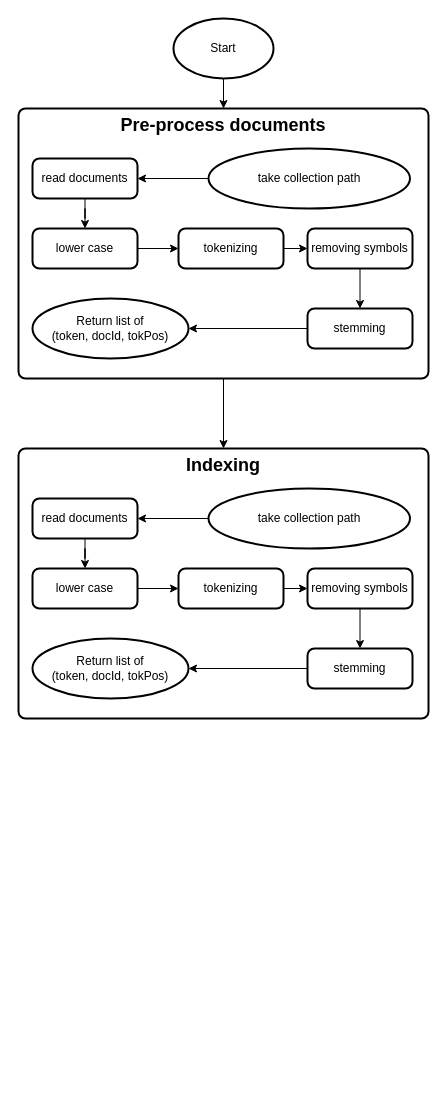
sadrayavar/information-retrieval-system keeps this draw.io diagram as page "pre-process and indexing" (1 of 3) of Flowchart.drawio. Above is the earlier version. Source tidied: cells renumbered, new cells numbered last; positions are measured from the earlier drawing's top-left corner, leaving out a move shared by most shapes. Both pictures are drawn from the tidied source at 100%, with x=0, y=0 at pixel (18, 18).
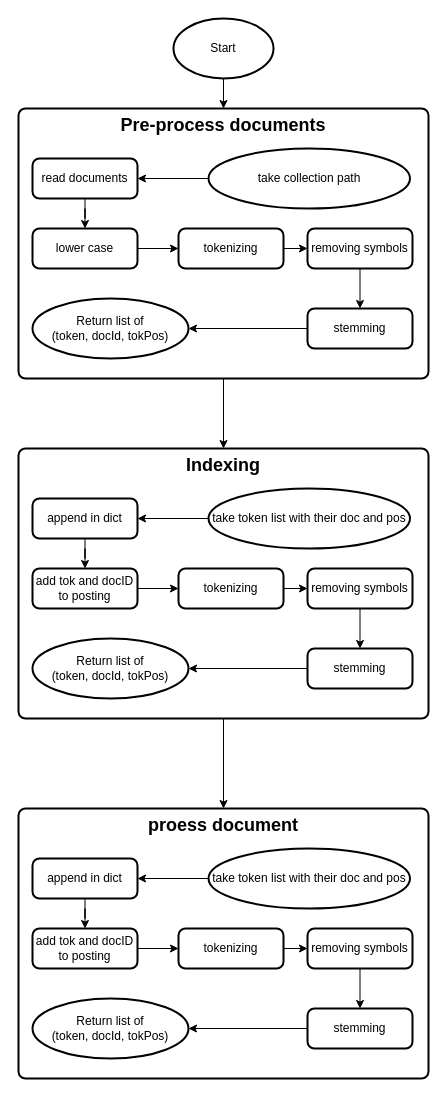
After the change.

Unchanged cells that the change refers to:
```xml
<mxCell id="19" value="Indexing" style="rounded=1;whiteSpace=wrap;html=1;absoluteArcSize=1;arcSize=14;strokeWidth=2;align=center;verticalAlign=top;fontStyle=1;fontSize=18;" parent="1" vertex="1">
  <mxGeometry y="430" width="410" height="270" as="geometry" />
</mxCell>
```

Diff of the diagram source:
```diff
@@
+    <mxCell id="33" style="edgeStyle=orthogonalEdgeStyle;rounded=0;jettySize=auto;html=1;entryX=0.5;entryY=0;entryDx=0;entryDy=0;" parent="1" edge="1" source="19" target="34">
+      <mxGeometry relative="1" as="geometry" />
+    </mxCell>
@@
-    <mxCell id="21" value="read documents" style="rounded=1;whiteSpace=wrap;html=1;absoluteArcSize=1;arcSize=14;strokeWidth=2;" parent="1" vertex="1">
+    <mxCell id="21" value="append in dict" style="rounded=1;whiteSpace=wrap;html=1;absoluteArcSize=1;arcSize=14;strokeWidth=2;" parent="1" vertex="1">
       <mxGeometry x="14" y="480" width="105" height="40" as="geometry" />
     </mxCell>
@@
-    <mxCell id="23" value="lower case" style="rounded=1;whiteSpace=wrap;html=1;absoluteArcSize=1;arcSize=14;strokeWidth=2;" parent="1" vertex="1">
+    <mxCell id="23" value="add tok and docID to posting" style="rounded=1;whiteSpace=wrap;html=1;absoluteArcSize=1;arcSize=14;strokeWidth=2;" parent="1" vertex="1">
       <mxGeometry x="14" y="550" width="105" height="40" as="geometry" />
     </mxCell>
@@
-    <mxCell id="31" value="take collection path" style="strokeWidth=2;html=1;shape=mxgraph.flowchart.start_1;whiteSpace=wrap;" parent="1" vertex="1">
+    <mxCell id="31" value="take token list with their doc and pos" style="strokeWidth=2;html=1;shape=mxgraph.flowchart.start_1;whiteSpace=wrap;" parent="1" vertex="1">
       <mxGeometry x="190" y="470" width="201.5" height="60" as="geometry" />
     </mxCell>
@@
+    <mxCell id="34" value="proess document" style="rounded=1;whiteSpace=wrap;html=1;absoluteArcSize=1;arcSize=14;strokeWidth=2;align=center;verticalAlign=top;fontStyle=1;fontSize=18;" parent="1" vertex="1">
+      <mxGeometry y="790" width="410" height="270" as="geometry" />
+    </mxCell>
+    <mxCell id="35" style="edgeStyle=orthogonalEdgeStyle;rounded=0;jettySize=auto;html=1;" parent="1" edge="1" source="36" target="38">
+      <mxGeometry relative="1" as="geometry" />
+    </mxCell>
+    <mxCell id="36" value="append in dict" style="rounded=1;whiteSpace=wrap;html=1;absoluteArcSize=1;arcSize=14;strokeWidth=2;" parent="1" vertex="1">
+      <mxGeometry x="14" y="840" width="105" height="40" as="geometry" />
+    </mxCell>
+    <mxCell id="37" style="edgeStyle=orthogonalEdgeStyle;rounded=0;jettySize=auto;html=1;" parent="1" edge="1" source="38" target="40">
+      <mxGeometry relative="1" as="geometry" />
+    </mxCell>
+    <mxCell id="38" value="add tok and docID to posting" style="rounded=1;whiteSpace=wrap;html=1;absoluteArcSize=1;arcSize=14;strokeWidth=2;" parent="1" vertex="1">
+      <mxGeometry x="14" y="910" width="105" height="40" as="geometry" />
+    </mxCell>
+    <mxCell id="39" style="edgeStyle=orthogonalEdgeStyle;rounded=0;jettySize=auto;html=1;" parent="1" edge="1" source="40" target="42">
+      <mxGeometry relative="1" as="geometry" />
+    </mxCell>
+    <mxCell id="40" value="tokenizing" style="rounded=1;whiteSpace=wrap;html=1;absoluteArcSize=1;arcSize=14;strokeWidth=2;" parent="1" vertex="1">
+      <mxGeometry x="160" y="910" width="105" height="40" as="geometry" />
+    </mxCell>
+    <mxCell id="41" style="edgeStyle=orthogonalEdgeStyle;rounded=0;jettySize=auto;html=1;" parent="1" edge="1" source="42" target="44">
+      <mxGeometry relative="1" as="geometry" />
+    </mxCell>
+    <mxCell id="42" value="removing symbols" style="rounded=1;whiteSpace=wrap;html=1;absoluteArcSize=1;arcSize=14;strokeWidth=2;" parent="1" vertex="1">
+      <mxGeometry x="289" y="910" width="105" height="40" as="geometry" />
+    </mxCell>
+    <mxCell id="43" style="edgeStyle=orthogonalEdgeStyle;rounded=0;jettySize=auto;html=1;" parent="1" edge="1" source="44" target="47">
+      <mxGeometry relative="1" as="geometry" />
+    </mxCell>
+    <mxCell id="44" value="stemming" style="rounded=1;whiteSpace=wrap;html=1;absoluteArcSize=1;arcSize=14;strokeWidth=2;" parent="1" vertex="1">
+      <mxGeometry x="289" y="990" width="105" height="40" as="geometry" />
+    </mxCell>
+    <mxCell id="45" style="edgeStyle=orthogonalEdgeStyle;rounded=0;jettySize=auto;html=1;" parent="1" edge="1" source="46" target="36">
+      <mxGeometry relative="1" as="geometry" />
+    </mxCell>
+    <mxCell id="46" value="take token list with their doc and pos" style="strokeWidth=2;html=1;shape=mxgraph.flowchart.start_1;whiteSpace=wrap;" parent="1" vertex="1">
+      <mxGeometry x="190" y="830" width="201.5" height="60" as="geometry" />
+    </mxCell>
+    <mxCell id="47" value="Return list of&lt;br&gt;(token, docId, tokPos)" style="strokeWidth=2;html=1;shape=mxgraph.flowchart.start_1;whiteSpace=wrap;" parent="1" vertex="1">
+      <mxGeometry x="14" y="980" width="156" height="60" as="geometry" />
+    </mxCell>
```
